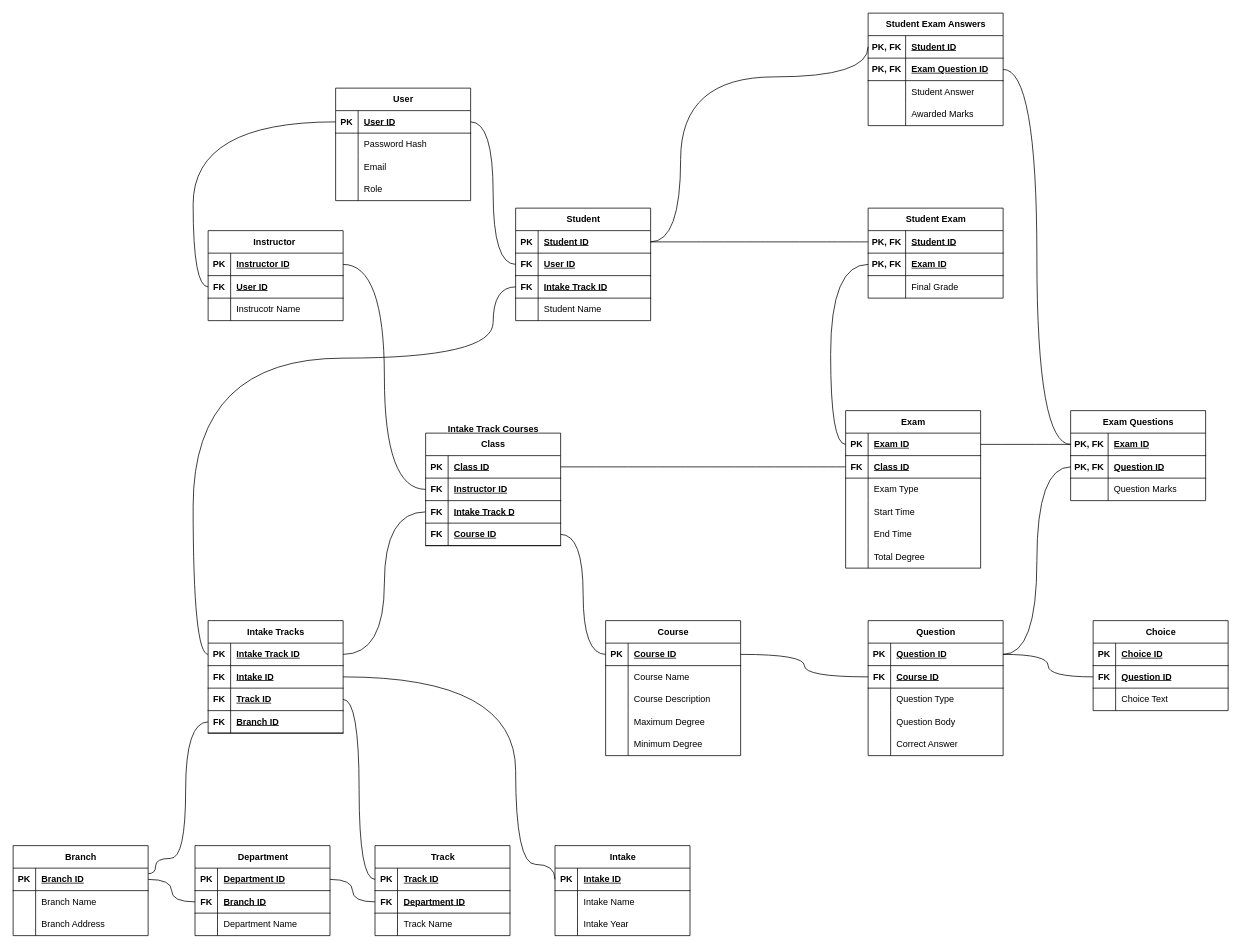
The draw.io diagram Mappings/Mapping.drawio in call911kid/ITI-LMS, before the edit. Source tidied: cells renumbered, new cells numbered last; positions are measured from the earlier drawing's top-left corner, leaving out a move shared by most shapes. Both pictures are drawn from the tidied source at 75%, with x=0, y=0 at pixel (13, 13).
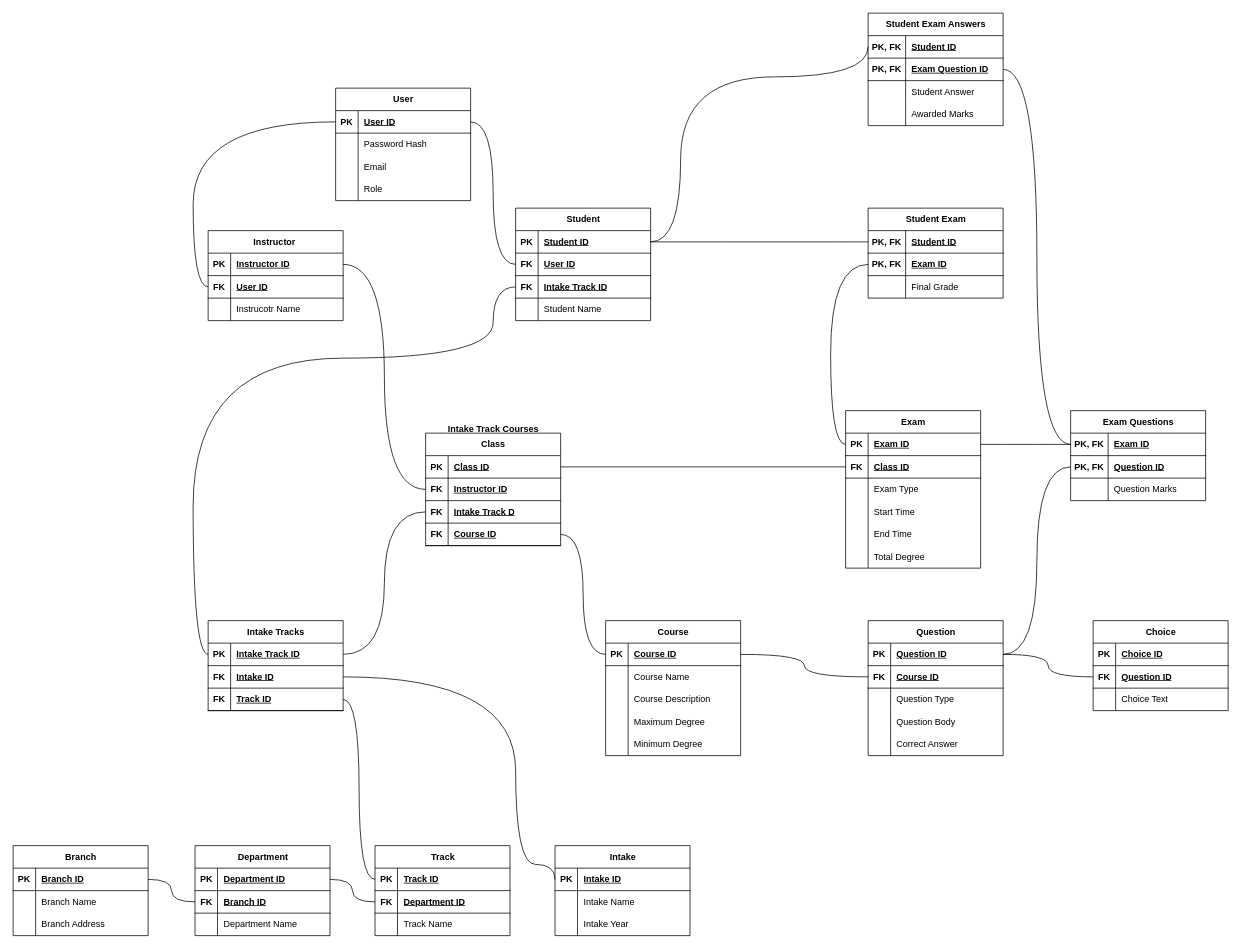
The same diagram, later.

Unchanged cells that the change refers to:
```xml
<mxCell id="3" style="shape=tableRow;horizontal=0;startSize=0;swimlaneHead=0;swimlaneBody=0;fillColor=none;points=[[0,0.5],[1,0.5]];portConstraint=eastwest;top=0;left=0;right=0;bottom=1;fontFamily=Helvetica;fontSize=12;fontColor=default;labelBackgroundColor=default;" parent="2" vertex="1">
  <mxGeometry y="30" width="180" height="30" as="geometry" />
</mxCell>
```

Diff of the diagram source:
```diff
@@
     <mxCell id="44" value="Intake Tracks" style="shape=table;startSize=30;childLayout=tableLayout;rowLines=0;fontStyle=1;align=center;html=1;fontFamily=Helvetica;fontSize=12;fontColor=default;labelBackgroundColor=default;" parent="1" vertex="1">
-      <mxGeometry x="260" y="810" width="180" height="150" as="geometry" />
+      <mxGeometry x="260" y="810" width="180" height="120" as="geometry" />
     </mxCell>
@@
-    <mxCell id="54" style="shape=tableRow;horizontal=0;startSize=0;swimlaneHead=0;swimlaneBody=0;fillColor=none;points=[[0,0.5],[1,0.5]];portConstraint=eastwest;top=0;left=0;right=0;bottom=1;fontFamily=Helvetica;fontSize=12;fontColor=default;labelBackgroundColor=default;" parent="44" vertex="1">
-      <mxGeometry y="120" width="180" height="30" as="geometry" />
-    </mxCell>
-    <mxCell id="55" value="FK" style="shape=partialRectangle;fillColor=none;top=0;left=0;bottom=0;right=0;fontStyle=1;overflow=hidden;whiteSpace=wrap;html=1;fontFamily=Helvetica;fontSize=12;fontColor=default;labelBackgroundColor=default;" parent="54" vertex="1">
-      <mxGeometry width="30" height="30" as="geometry" />
-    </mxCell>
-    <mxCell id="56" value="Branch ID" style="shape=partialRectangle;fillColor=none;top=0;left=0;bottom=0;right=0;align=left;spacingLeft=6;fontStyle=5;overflow=hidden;whiteSpace=wrap;html=1;fontFamily=Helvetica;fontSize=12;fontColor=default;labelBackgroundColor=default;" parent="54" vertex="1">
-      <mxGeometry x="30" width="150" height="30" as="geometry" />
-    </mxCell>
-    <mxCell id="57" style="edgeStyle=orthogonalEdgeStyle;shape=connector;curved=1;rounded=0;jettySize=auto;html=1;entryX=1.001;entryY=0.246;entryDx=0;entryDy=0;entryPerimeter=0;strokeColor=default;align=center;verticalAlign=middle;fontFamily=Helvetica;fontSize=12;fontColor=default;labelBackgroundColor=default;endArrow=none;endFill=0;" parent="1" edge="1" source="54" target="3">
-      <mxGeometry relative="1" as="geometry">
-        <Array as="points">
-          <mxPoint x="230" y="945" />
-          <mxPoint x="230" y="1127" />
-          <mxPoint x="190" y="1127" />
-          <mxPoint x="190" y="1147" />
-        </Array>
-      </mxGeometry>
-    </mxCell>
```
